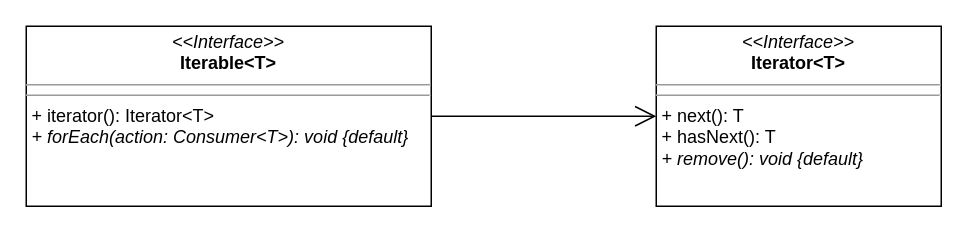
Before: markdown/java-jvm/images/iteratoruml.drawio in Programmiermethoden-CampusMinden/Prog2-Lecture, a draw.io diagram. Source tidied: cells renumbered, new cells numbered last; positions are measured from the earlier drawing's top-left corner, leaving out a move shared by most shapes. Both pictures are drawn from the tidied source at 150%, with x=0, y=0 at pixel (26, 26).
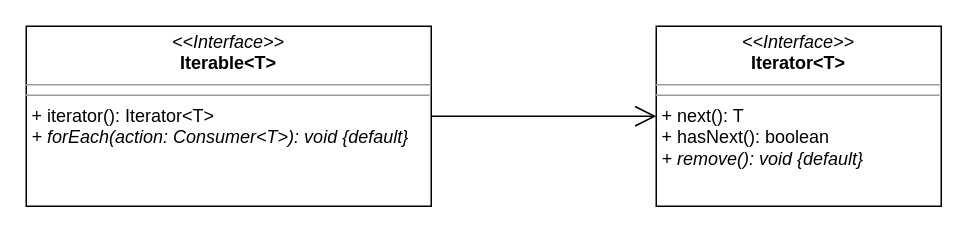
Above is the later version.

Commit message (it also covers changes not shown here):
update uml iterator

Change to the diagram source:
```diff
@@
 <mxGraphModel>
   <root>
     <mxCell id="0" />
     <mxCell id="1" parent="0" />
-    <mxCell id="2" value="&lt;p style=&quot;margin:0px;margin-top:4px;text-align:center;&quot;&gt;&lt;i&gt;&amp;lt;&amp;lt;Interface&amp;gt;&amp;gt;&lt;/i&gt;&lt;br&gt;&lt;b&gt;Iterator&amp;lt;T&amp;gt;&lt;/b&gt;&lt;/p&gt;&lt;hr size=&quot;1&quot;&gt;&lt;hr size=&quot;1&quot;&gt;&lt;p style=&quot;margin:0px;margin-left:4px;&quot;&gt;+ next(): T&lt;br&gt;+ hasNext(): T&lt;/p&gt;&lt;p style=&quot;margin:0px;margin-left:4px;&quot;&gt;&lt;i&gt;+ remove(): void {default}&lt;/i&gt;&lt;br&gt;&lt;/p&gt;" style="verticalAlign=top;align=left;overflow=fill;fontSize=12;fontFamily=Helvetica;html=1;" parent="1" vertex="1">
+    <mxCell id="2" value="&lt;p style=&quot;margin:0px;margin-top:4px;text-align:center;&quot;&gt;&lt;i&gt;&amp;lt;&amp;lt;Interface&amp;gt;&amp;gt;&lt;/i&gt;&lt;br&gt;&lt;b&gt;Iterator&amp;lt;T&amp;gt;&lt;/b&gt;&lt;/p&gt;&lt;hr size=&quot;1&quot;&gt;&lt;hr size=&quot;1&quot;&gt;&lt;p style=&quot;margin:0px;margin-left:4px;&quot;&gt;+ next(): T&lt;br&gt;+ hasNext(): boolean&lt;br&gt;&lt;/p&gt;&lt;p style=&quot;margin:0px;margin-left:4px;&quot;&gt;&lt;i&gt;+ remove(): void {default}&lt;/i&gt;&lt;br&gt;&lt;/p&gt;" style="verticalAlign=top;align=left;overflow=fill;fontSize=12;fontFamily=Helvetica;html=1;" parent="1" vertex="1">
       <mxGeometry x="420" width="190" height="120" as="geometry" />
     </mxCell>
     <mxCell id="3" value="&lt;p style=&quot;margin:0px;margin-top:4px;text-align:center;&quot;&gt;&lt;i&gt;&amp;lt;&amp;lt;Interface&amp;gt;&amp;gt;&lt;/i&gt;&lt;br&gt;&lt;b&gt;Iterable&amp;lt;T&amp;gt;&lt;/b&gt;&lt;/p&gt;&lt;hr size=&quot;1&quot;&gt;&lt;hr size=&quot;1&quot;&gt;&lt;p style=&quot;margin:0px;margin-left:4px;&quot;&gt;+ iterator(): Iterator&amp;lt;T&amp;gt;&lt;br&gt;&lt;i&gt;+ forEach(action: Consumer&amp;lt;T&amp;gt;): void {default}&lt;/i&gt;&lt;br&gt;&lt;/p&gt;" style="verticalAlign=top;align=left;overflow=fill;fontSize=12;fontFamily=Helvetica;html=1;" parent="1" vertex="1">
       <mxGeometry width="270" height="120" as="geometry" />
     </mxCell>
     <mxCell id="4" style="endArrow=open;endFill=1;endSize=12;html=1;rounded=0;exitX=1;exitY=0.5;exitDx=0;exitDy=0;entryX=0;entryY=0.5;entryDx=0;entryDy=0;" parent="1" edge="1" source="3" target="2">
       <mxGeometry relative="1" as="geometry" />
     </mxCell>
   </root>
 </mxGraphModel>
```
